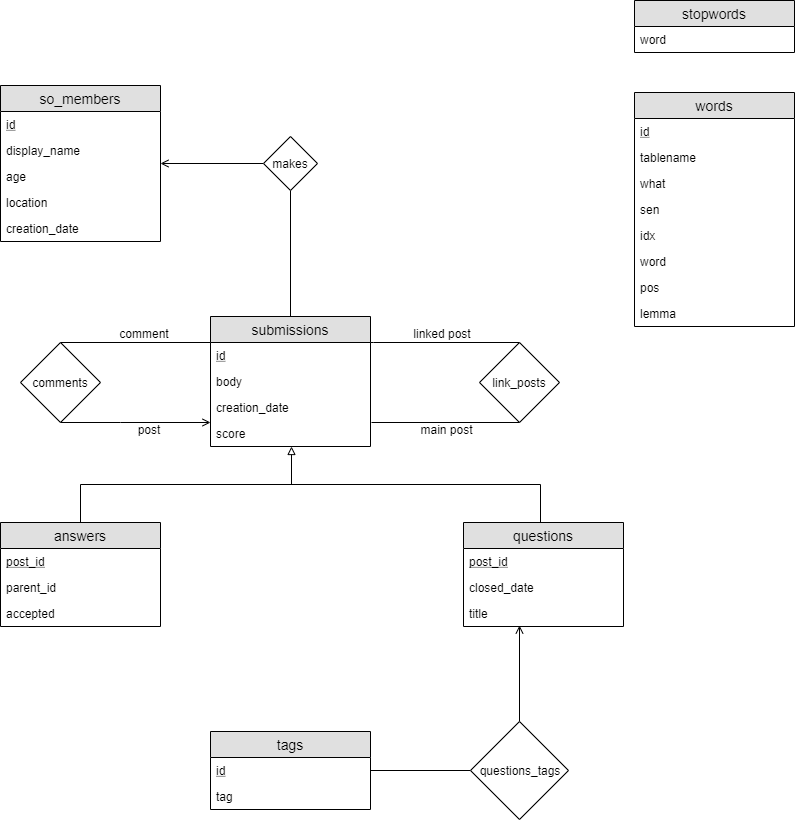
The draw.io diagram QA data model - ER diagram.png in ivanspajic/SOVA, before a commit. Source tidied: cells renumbered, new cells last; positions are measured from the earlier drawing's top-left corner, leaving out a move shared by most shapes.
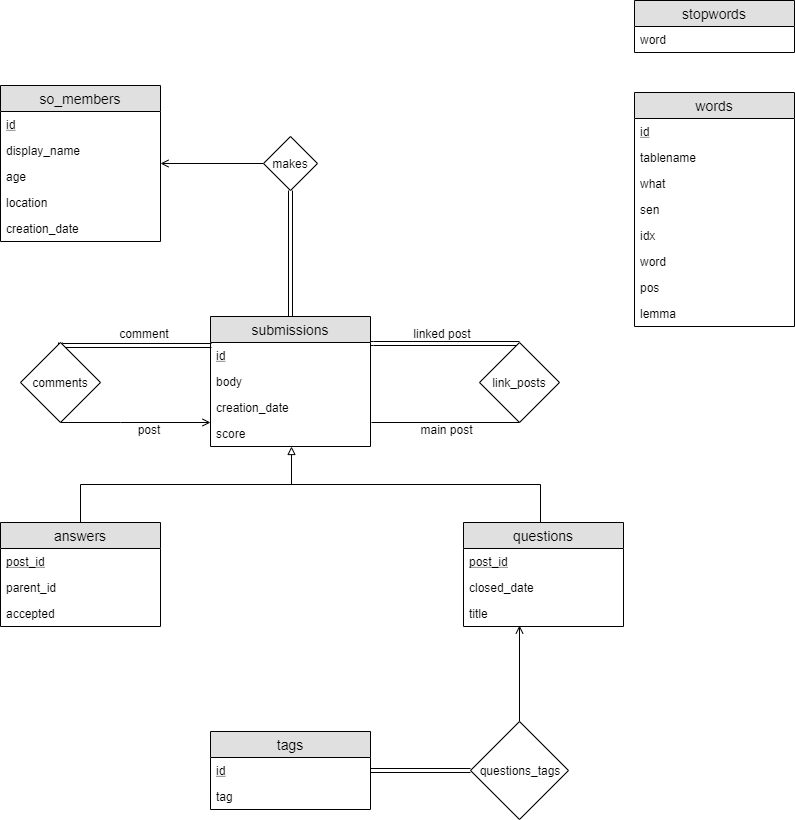
Above is the later version.

Commit message:
Updated ER to show total participation

The edit, as a diff of the source:
```diff
@@ -86,7 +86,7 @@
         <mxPoint x="160" y="163" as="targetPoint" />
       </mxGeometry>
     </mxCell>
-    <mxCell id="27" style="edgeStyle=orthogonalEdgeStyle;rounded=0;jettySize=auto;html=1;endArrow=none;endFill=0;" parent="1" edge="1" source="28" target="8">
+    <mxCell id="27" style="edgeStyle=orthogonalEdgeStyle;rounded=0;jettySize=auto;html=1;endArrow=none;endFill=0;shape=link;" parent="1" edge="1" source="28" target="8">
       <mxGeometry relative="1" as="geometry" />
     </mxCell>
     <mxCell id="28" value="makes" style="rhombus;whiteSpace=wrap;html=1;" parent="1" vertex="1">
@@ -97,20 +97,12 @@
         <mxPoint x="519" y="625" as="targetPoint" />
       </mxGeometry>
     </mxCell>
-    <mxCell id="30" style="edgeStyle=orthogonalEdgeStyle;rounded=0;jettySize=auto;html=1;entryX=1;entryY=0.5;entryDx=0;entryDy=0;endArrow=none;endFill=0;" parent="1" edge="1" source="31" target="24">
+    <mxCell id="30" style="edgeStyle=orthogonalEdgeStyle;rounded=0;jettySize=auto;html=1;entryX=1;entryY=0.5;entryDx=0;entryDy=0;endArrow=none;endFill=0;shape=link;" parent="1" edge="1" source="31" target="24">
       <mxGeometry relative="1" as="geometry" />
     </mxCell>
     <mxCell id="31" value="questions_tags" style="rhombus;whiteSpace=wrap;html=1;" parent="1" vertex="1">
       <mxGeometry x="470" y="721" width="98" height="98" as="geometry" />
     </mxCell>
-    <mxCell id="32" style="edgeStyle=orthogonalEdgeStyle;rounded=0;jettySize=auto;html=1;endArrow=none;endFill=0;exitX=0.5;exitY=0;exitDx=0;exitDy=0;entryX=0;entryY=0;entryDx=0;entryDy=0;entryPerimeter=0;" parent="1" edge="1" target="9">
-      <mxGeometry relative="1" as="geometry">
-        <mxPoint x="60" y="344" as="sourcePoint" />
-        <Array as="points">
-          <mxPoint x="60" y="342" />
-        </Array>
-      </mxGeometry>
-    </mxCell>
     <mxCell id="33" style="edgeStyle=orthogonalEdgeStyle;rounded=0;jettySize=auto;html=1;endArrow=open;endFill=0;exitX=0.5;exitY=1;exitDx=0;exitDy=0;" parent="1" edge="1" source="34">
       <mxGeometry relative="1" as="geometry">
         <mxPoint x="210" y="422" as="targetPoint" />
@@ -120,14 +112,24 @@
         </Array>
       </mxGeometry>
     </mxCell>
+    <mxCell id="53" style="edgeStyle=orthogonalEdgeStyle;shape=link;rounded=0;orthogonalLoop=1;jettySize=auto;html=1;entryX=0.004;entryY=0.115;entryDx=0;entryDy=0;entryPerimeter=0;exitX=0.5;exitY=0;exitDx=0;exitDy=0;" parent="1" edge="1">
+      <mxGeometry relative="1" as="geometry">
+        <mxPoint x="60" y="342" as="sourcePoint" />
+        <mxPoint x="211" y="345" as="targetPoint" />
+        <Array as="points">
+          <mxPoint x="60" y="345" />
+        </Array>
+      </mxGeometry>
+    </mxCell>
     <mxCell id="34" value="comments" style="rhombus;whiteSpace=wrap;html=1;" parent="1" vertex="1">
       <mxGeometry x="20" y="342" width="80" height="80" as="geometry" />
     </mxCell>
-    <mxCell id="35" style="edgeStyle=orthogonalEdgeStyle;rounded=0;jettySize=auto;html=1;endArrow=none;endFill=0;exitX=0.5;exitY=0;exitDx=0;exitDy=0;" parent="1" edge="1" source="37">
+    <mxCell id="35" style="edgeStyle=orthogonalEdgeStyle;rounded=0;orthogonalLoop=1;jettySize=auto;html=1;endArrow=none;endFill=0;exitX=0.5;exitY=0;exitDx=0;exitDy=0;shape=link;" parent="1" edge="1">
       <mxGeometry relative="1" as="geometry">
-        <mxPoint x="370" y="342" as="targetPoint" />
+        <mxPoint x="519" y="343" as="sourcePoint" />
+        <mxPoint x="370" y="343" as="targetPoint" />
         <Array as="points">
-          <mxPoint x="373" y="342" />
+          <mxPoint x="373" y="343" />
         </Array>
       </mxGeometry>
     </mxCell>
```
